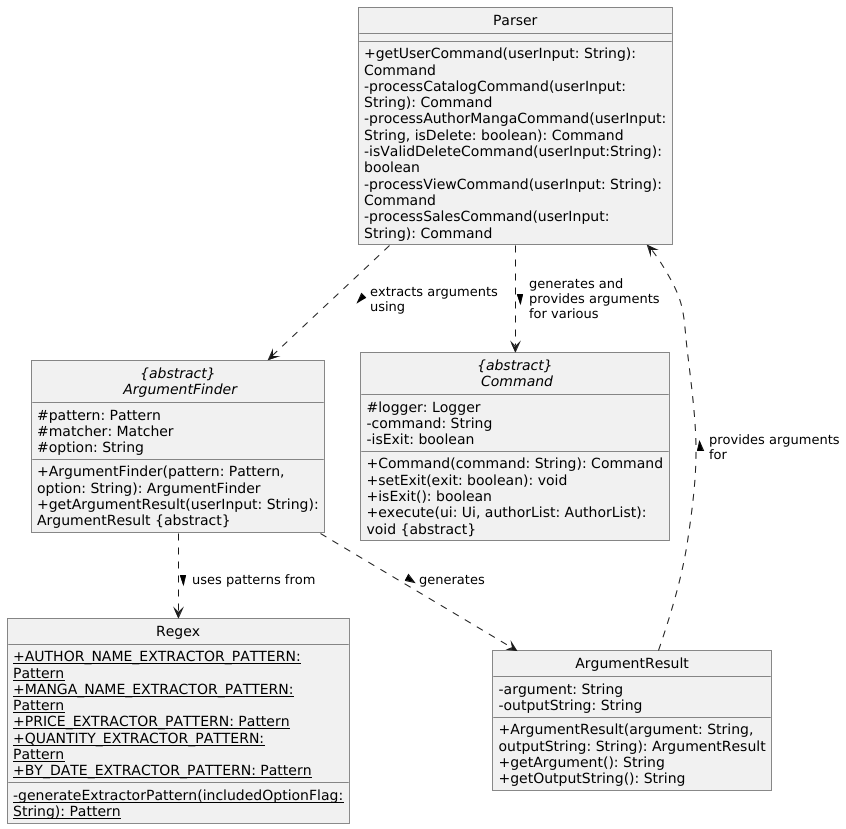
Earlier version of the PlantUML export docs/uml/puml/Parser/Parser_One.png (xenthm/tp).
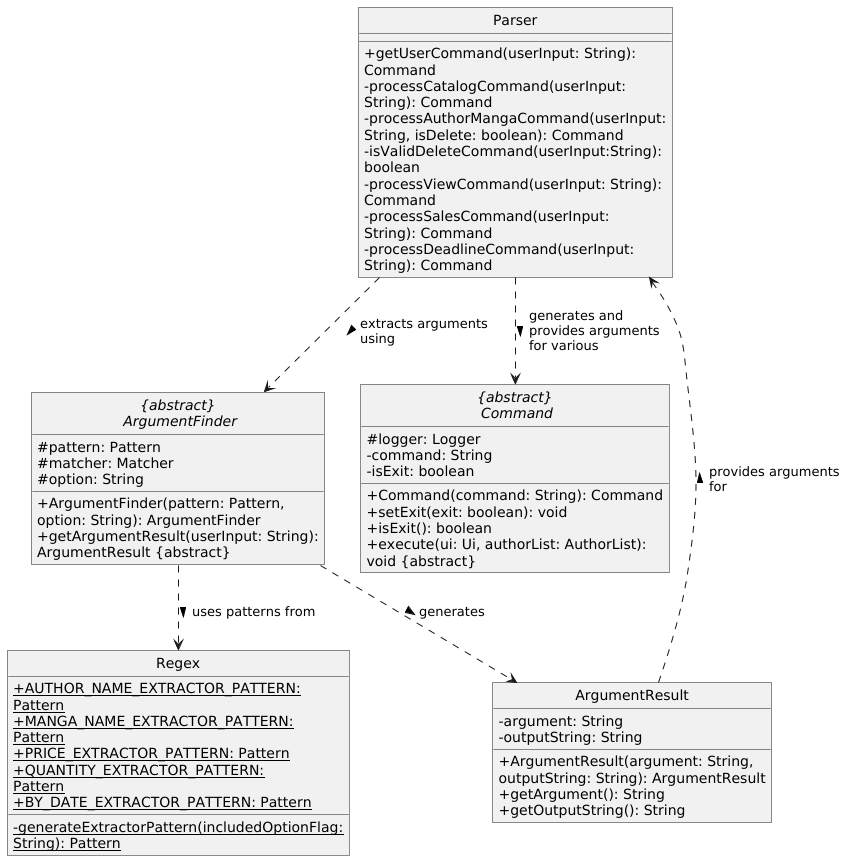
After the change.

Commit message:
Update command images with CommandValidator

The edit, as a diff of the source:
```diff
@@ -7,6 +7,7 @@
     - isValidDeleteCommand(userInput:String): boolean
     - processViewCommand(userInput: String): Command
     - processSalesCommand(userInput: String): Command
+    - processDeadlineCommand(userInput: String): Command
 }
 
 Parser ..> ArgumentFinder : extracts arguments using >
```
